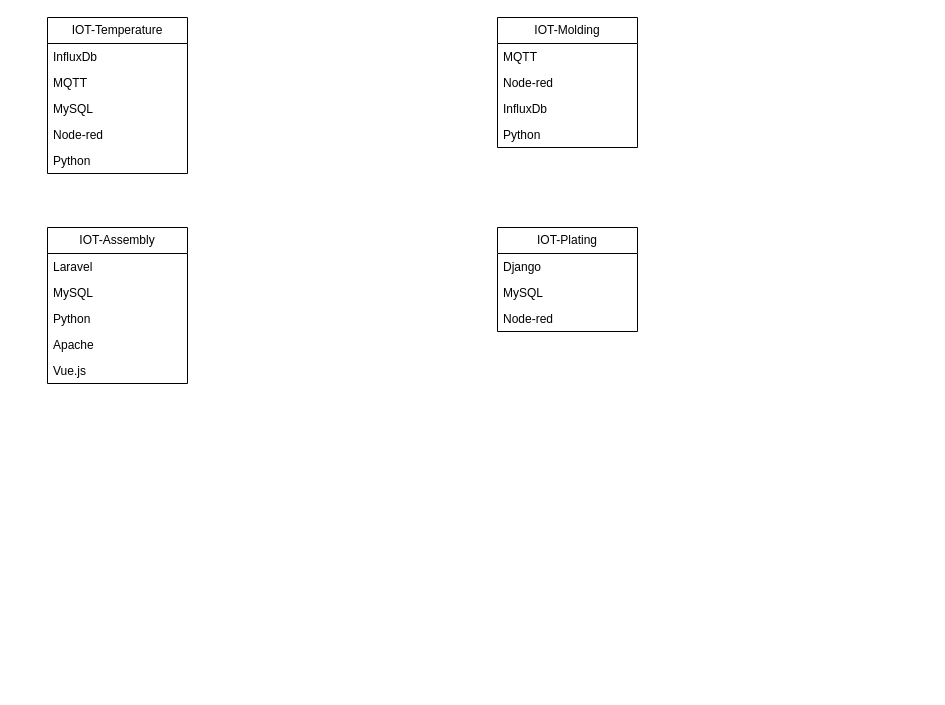
Above: structure_iot_v2.drawio in arizmuajianisan/flowchart (draw.io), before the change. Source tidied: cells renumbered, new cells numbered last; positions are measured from the earlier drawing's top-left corner, leaving out a move shared by most shapes. Both pictures are drawn from the tidied source at 100%, with x=0, y=0 at pixel (47, 17). Pictures stored in the file or linked from it are replaced by grey dashed boxes.
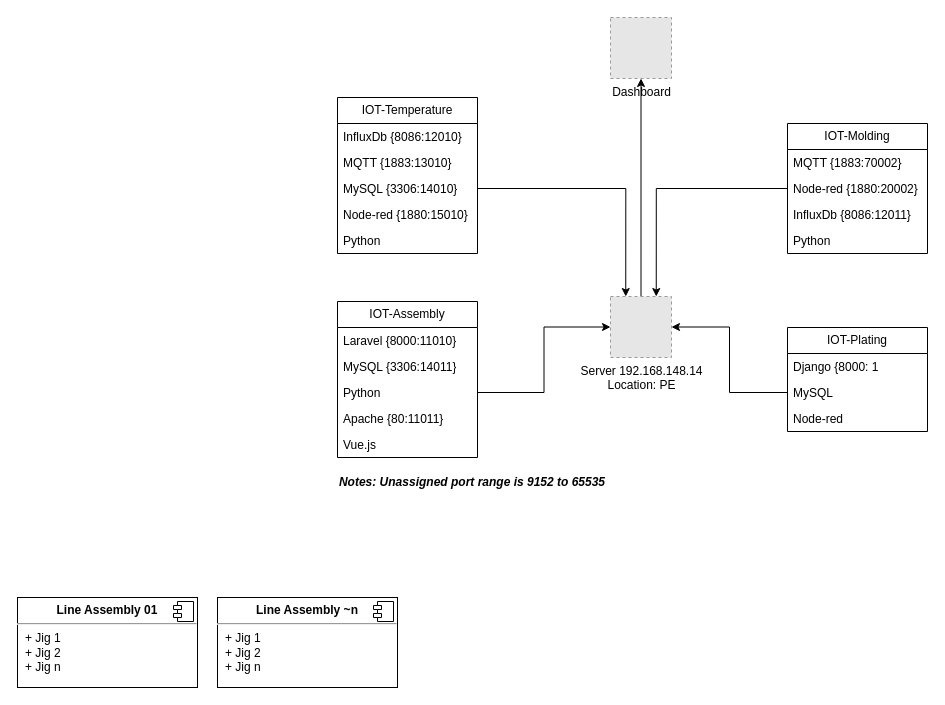
The same diagram, later.

Unchanged cells that the change refers to:
```xml
<mxCell id="11" value="Python" style="text;strokeColor=none;fillColor=none;align=left;verticalAlign=top;spacingLeft=4;spacingRight=4;overflow=hidden;points=[[0,0.5],[1,0.5]];portConstraint=eastwest;whiteSpace=wrap;html=1;" parent="8" vertex="1">
  <mxGeometry y="78" width="140" height="26" as="geometry" />
</mxCell>
<mxCell id="21" value="MySQL" style="text;strokeColor=none;fillColor=none;align=left;verticalAlign=top;spacingLeft=4;spacingRight=4;overflow=hidden;points=[[0,0.5],[1,0.5]];portConstraint=eastwest;whiteSpace=wrap;html=1;" parent="19" vertex="1">
  <mxGeometry y="52" width="140" height="26" as="geometry" />
</mxCell>
```

Diff of the diagram source:
```diff
@@
     <mxCell id="2" value="IOT-Temperature" style="swimlane;fontStyle=0;horizontal=1;startSize=26;fillColor=none;whiteSpace=wrap;html=1;" parent="1" vertex="1">
-      <mxGeometry width="140" height="156" as="geometry" />
+      <mxGeometry x="290" y="80" width="140" height="156" as="geometry" />
     </mxCell>
-    <mxCell id="3" value="InfluxDb" style="text;strokeColor=none;fillColor=none;align=left;verticalAlign=top;spacingLeft=4;spacingRight=4;overflow=hidden;whiteSpace=wrap;html=1;" parent="2" vertex="1">
+    <mxCell id="3" value="InfluxDb {8086:12010}" style="text;strokeColor=none;fillColor=none;align=left;verticalAlign=top;spacingLeft=4;spacingRight=4;overflow=hidden;whiteSpace=wrap;html=1;" parent="2" vertex="1">
       <mxGeometry y="26" width="140" height="26" as="geometry" />
     </mxCell>
-    <mxCell id="4" value="MQTT" style="text;strokeColor=none;fillColor=none;align=left;verticalAlign=top;spacingLeft=4;spacingRight=4;overflow=hidden;whiteSpace=wrap;html=1;" parent="2" vertex="1">
+    <mxCell id="4" value="MQTT {1883:13010}" style="text;strokeColor=none;fillColor=none;align=left;verticalAlign=top;spacingLeft=4;spacingRight=4;overflow=hidden;whiteSpace=wrap;html=1;" parent="2" vertex="1">
       <mxGeometry y="52" width="140" height="26" as="geometry" />
     </mxCell>
-    <mxCell id="5" value="MySQL" style="text;strokeColor=none;fillColor=none;align=left;verticalAlign=top;spacingLeft=4;spacingRight=4;overflow=hidden;points=[[0,0.5],[1,0.5]];portConstraint=eastwest;whiteSpace=wrap;html=1;" parent="2" vertex="1">
+    <mxCell id="5" value="MySQL {3306:14010}" style="text;strokeColor=none;fillColor=none;align=left;verticalAlign=top;spacingLeft=4;spacingRight=4;overflow=hidden;points=[[0,0.5],[1,0.5]];portConstraint=eastwest;whiteSpace=wrap;html=1;" parent="2" vertex="1">
       <mxGeometry y="78" width="140" height="26" as="geometry" />
     </mxCell>
-    <mxCell id="6" value="Node-red" style="text;strokeColor=none;fillColor=none;align=left;verticalAlign=top;spacingLeft=4;spacingRight=4;overflow=hidden;whiteSpace=wrap;html=1;" parent="2" vertex="1">
+    <mxCell id="6" value="Node-red {1880:15010}" style="text;strokeColor=none;fillColor=none;align=left;verticalAlign=top;spacingLeft=4;spacingRight=4;overflow=hidden;whiteSpace=wrap;html=1;" parent="2" vertex="1">
       <mxGeometry y="104" width="140" height="26" as="geometry" />
     </mxCell>
@@
     <mxCell id="8" value="IOT-Assembly" style="swimlane;fontStyle=0;horizontal=1;startSize=26;fillColor=none;whiteSpace=wrap;html=1;" parent="1" vertex="1">
-      <mxGeometry y="210" width="140" height="156" as="geometry" />
+      <mxGeometry x="290" y="284" width="140" height="156" as="geometry" />
     </mxCell>
-    <mxCell id="9" value="Laravel" style="text;strokeColor=none;fillColor=none;align=left;verticalAlign=top;spacingLeft=4;spacingRight=4;overflow=hidden;whiteSpace=wrap;html=1;" parent="8" vertex="1">
+    <mxCell id="9" value="Laravel {8000:11010}" style="text;strokeColor=none;fillColor=none;align=left;verticalAlign=top;spacingLeft=4;spacingRight=4;overflow=hidden;whiteSpace=wrap;html=1;" parent="8" vertex="1">
       <mxGeometry y="26" width="140" height="26" as="geometry" />
     </mxCell>
-    <mxCell id="10" value="MySQL" style="text;strokeColor=none;fillColor=none;align=left;verticalAlign=top;spacingLeft=4;spacingRight=4;overflow=hidden;whiteSpace=wrap;html=1;" parent="8" vertex="1">
+    <mxCell id="10" value="MySQL {3306:14011}" style="text;strokeColor=none;fillColor=none;align=left;verticalAlign=top;spacingLeft=4;spacingRight=4;overflow=hidden;whiteSpace=wrap;html=1;" parent="8" vertex="1">
       <mxGeometry y="52" width="140" height="26" as="geometry" />
     </mxCell>
@@
-    <mxCell id="12" value="Apache" style="text;strokeColor=none;fillColor=none;align=left;verticalAlign=top;spacingLeft=4;spacingRight=4;overflow=hidden;whiteSpace=wrap;html=1;" parent="8" vertex="1">
+    <mxCell id="12" value="Apache {80:11011}" style="text;strokeColor=none;fillColor=none;align=left;verticalAlign=top;spacingLeft=4;spacingRight=4;overflow=hidden;whiteSpace=wrap;html=1;" parent="8" vertex="1">
       <mxGeometry y="104" width="140" height="26" as="geometry" />
     </mxCell>
@@
     <mxCell id="14" value="IOT-Molding" style="swimlane;fontStyle=0;horizontal=1;startSize=26;fillColor=none;whiteSpace=wrap;html=1;" parent="1" vertex="1">
-      <mxGeometry x="450" width="140" height="130" as="geometry" />
+      <mxGeometry x="740" y="106" width="140" height="130" as="geometry" />
     </mxCell>
-    <mxCell id="15" value="MQTT" style="text;strokeColor=none;fillColor=none;align=left;verticalAlign=top;spacingLeft=4;spacingRight=4;overflow=hidden;whiteSpace=wrap;html=1;" parent="14" vertex="1">
+    <mxCell id="15" value="MQTT {1883:70002}" style="text;strokeColor=none;fillColor=none;align=left;verticalAlign=top;spacingLeft=4;spacingRight=4;overflow=hidden;whiteSpace=wrap;html=1;" parent="14" vertex="1">
       <mxGeometry y="26" width="140" height="26" as="geometry" />
     </mxCell>
-    <mxCell id="16" value="Node-red" style="text;strokeColor=none;fillColor=none;align=left;verticalAlign=top;spacingLeft=4;spacingRight=4;overflow=hidden;points=[[0,0.5],[1,0.5]];portConstraint=eastwest;whiteSpace=wrap;html=1;" parent="14" vertex="1">
+    <mxCell id="16" value="Node-red {1880:20002}" style="text;strokeColor=none;fillColor=none;align=left;verticalAlign=top;spacingLeft=4;spacingRight=4;overflow=hidden;points=[[0,0.5],[1,0.5]];portConstraint=eastwest;whiteSpace=wrap;html=1;" parent="14" vertex="1">
       <mxGeometry y="52" width="140" height="26" as="geometry" />
     </mxCell>
-    <mxCell id="17" value="InfluxDb" style="text;strokeColor=none;fillColor=none;align=left;verticalAlign=top;spacingLeft=4;spacingRight=4;overflow=hidden;whiteSpace=wrap;html=1;" parent="14" vertex="1">
+    <mxCell id="17" value="InfluxDb {8086:12011}" style="text;strokeColor=none;fillColor=none;align=left;verticalAlign=top;spacingLeft=4;spacingRight=4;overflow=hidden;whiteSpace=wrap;html=1;" parent="14" vertex="1">
       <mxGeometry y="78" width="140" height="26" as="geometry" />
     </mxCell>
@@
     <mxCell id="19" value="IOT-Plating" style="swimlane;fontStyle=0;horizontal=1;startSize=26;fillColor=none;whiteSpace=wrap;html=1;" parent="1" vertex="1">
-      <mxGeometry x="450" y="210" width="140" height="104" as="geometry" />
+      <mxGeometry x="740" y="310" width="140" height="104" as="geometry" />
     </mxCell>
-    <mxCell id="20" value="Django" style="text;strokeColor=none;fillColor=none;align=left;verticalAlign=top;spacingLeft=4;spacingRight=4;overflow=hidden;whiteSpace=wrap;html=1;" parent="19" vertex="1">
+    <mxCell id="20" value="Django {8000: 1" style="text;strokeColor=none;fillColor=none;align=left;verticalAlign=top;spacingLeft=4;spacingRight=4;overflow=hidden;whiteSpace=wrap;html=1;" parent="19" vertex="1">
       <mxGeometry y="26" width="140" height="26" as="geometry" />
     </mxCell>
@@
+    <mxCell id="23" style="edgeStyle=orthogonalEdgeStyle;rounded=0;jettySize=auto;html=1;exitX=0.5;exitY=0;exitDx=0;exitDy=0;entryX=0.5;entryY=1;entryDx=0;entryDy=0;" parent="1" edge="1" source="24" target="25">
+      <mxGeometry relative="1" as="geometry" />
+    </mxCell>
+    <mxCell id="24" value="Server 192.168.148.14&lt;br&gt;Location: PE" style="fillColor=#E6E6E6;strokeColor=#999999;dashed=1;html=1;verticalLabelPosition=bottom;verticalAlign=top;" parent="1" vertex="1">
+      <mxGeometry x="563" y="279" width="61" height="61" as="geometry" />
+    </mxCell>
+    <mxCell id="25" value="Dashboard" style="fillColor=#E6E6E6;strokeColor=#999999;dashed=1;html=1;verticalLabelPosition=bottom;verticalAlign=top;" parent="1" vertex="1">
+      <mxGeometry x="563" width="61" height="61" as="geometry" />
+    </mxCell>
+    <mxCell id="26" style="edgeStyle=orthogonalEdgeStyle;rounded=0;jettySize=auto;html=1;entryX=0.25;entryY=0;entryDx=0;entryDy=0;" parent="1" edge="1" source="5" target="24">
+      <mxGeometry relative="1" as="geometry" />
+    </mxCell>
+    <mxCell id="27" style="edgeStyle=orthogonalEdgeStyle;rounded=0;jettySize=auto;html=1;entryX=0.75;entryY=0;entryDx=0;entryDy=0;" parent="1" edge="1" source="16" target="24">
+      <mxGeometry relative="1" as="geometry" />
+    </mxCell>
+    <mxCell id="28" style="edgeStyle=orthogonalEdgeStyle;rounded=0;jettySize=auto;html=1;entryX=1;entryY=0.5;entryDx=0;entryDy=0;" parent="1" edge="1" source="21" target="24">
+      <mxGeometry relative="1" as="geometry" />
+    </mxCell>
+    <mxCell id="29" style="edgeStyle=orthogonalEdgeStyle;rounded=0;jettySize=auto;html=1;entryX=0;entryY=0.5;entryDx=0;entryDy=0;" parent="1" edge="1" source="11" target="24">
+      <mxGeometry relative="1" as="geometry" />
+    </mxCell>
+    <mxCell id="30" value="Notes: Unassigned port range is&amp;nbsp;9152 to 65535" style="text;html=1;strokeColor=none;fillColor=none;align=center;verticalAlign=middle;whiteSpace=wrap;rounded=0;fontStyle=3;" parent="1" vertex="1">
+      <mxGeometry x="290" y="450" width="270" height="30" as="geometry" />
+    </mxCell>
+    <mxCell id="31" value="&lt;p style=&quot;margin:0px;margin-top:6px;text-align:center;&quot;&gt;&lt;b&gt;Line Assembly 01&lt;/b&gt;&lt;/p&gt;&lt;hr&gt;&lt;p style=&quot;margin:0px;margin-left:8px;&quot;&gt;+ Jig 1&lt;/p&gt;&lt;p style=&quot;margin:0px;margin-left:8px;&quot;&gt;+ Jig 2&lt;/p&gt;&lt;p style=&quot;margin:0px;margin-left:8px;&quot;&gt;+ Jig n&lt;/p&gt;" style="align=left;overflow=fill;html=1;whiteSpace=wrap;" parent="1" vertex="1">
+      <mxGeometry x="-30" y="580" width="180" height="90" as="geometry" />
+    </mxCell>
+    <mxCell id="32" style="shape=component;jettyWidth=8;jettyHeight=4;" parent="31" vertex="1">
+      <mxGeometry x="1" width="20" height="20" relative="1" as="geometry">
+        <mxPoint x="-24" y="4" as="offset" />
+      </mxGeometry>
+    </mxCell>
+    <mxCell id="33" value="&lt;p style=&quot;margin:0px;margin-top:6px;text-align:center;&quot;&gt;&lt;b&gt;Line Assembly ~n&lt;/b&gt;&lt;/p&gt;&lt;hr&gt;&lt;p style=&quot;margin:0px;margin-left:8px;&quot;&gt;+ Jig 1&lt;/p&gt;&lt;p style=&quot;margin:0px;margin-left:8px;&quot;&gt;+ Jig 2&lt;/p&gt;&lt;p style=&quot;margin:0px;margin-left:8px;&quot;&gt;+ Jig n&lt;/p&gt;" style="align=left;overflow=fill;html=1;whiteSpace=wrap;" parent="1" vertex="1">
+      <mxGeometry x="170" y="580" width="180" height="90" as="geometry" />
+    </mxCell>
+    <mxCell id="34" style="shape=component;jettyWidth=8;jettyHeight=4;" parent="33" vertex="1">
+      <mxGeometry x="1" width="20" height="20" relative="1" as="geometry">
+        <mxPoint x="-24" y="4" as="offset" />
+      </mxGeometry>
+    </mxCell>
```
